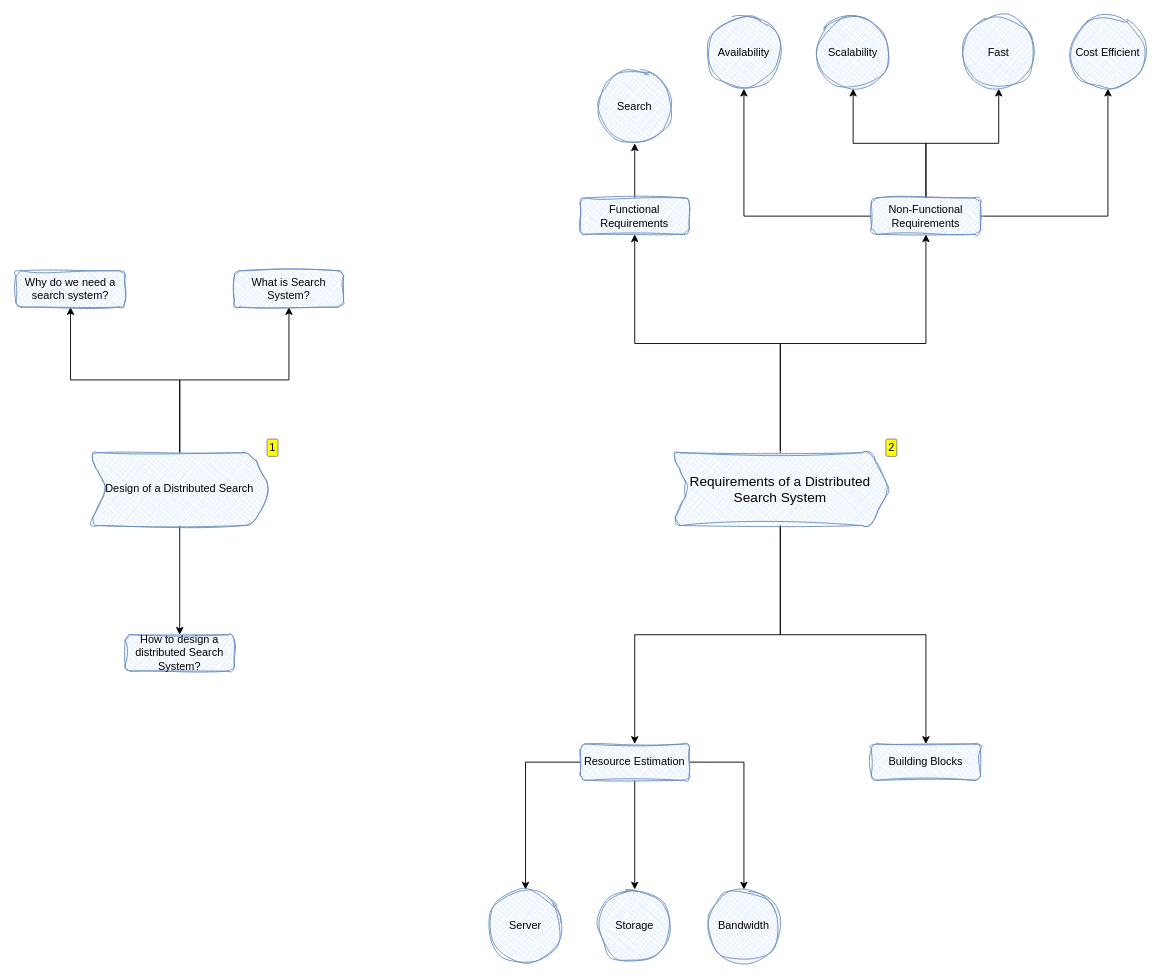
Above: System Design/System Design : Design of a Distributed Search.drawio in FilledVaccum/MindMaps (draw.io), before the change. Source tidied: cells renumbered, new cells numbered last; positions are measured from the earlier drawing's top-left corner, leaving out a move shared by most shapes. Both pictures are drawn from the tidied source at 91%, with x=0, y=0 at pixel (15, 15).
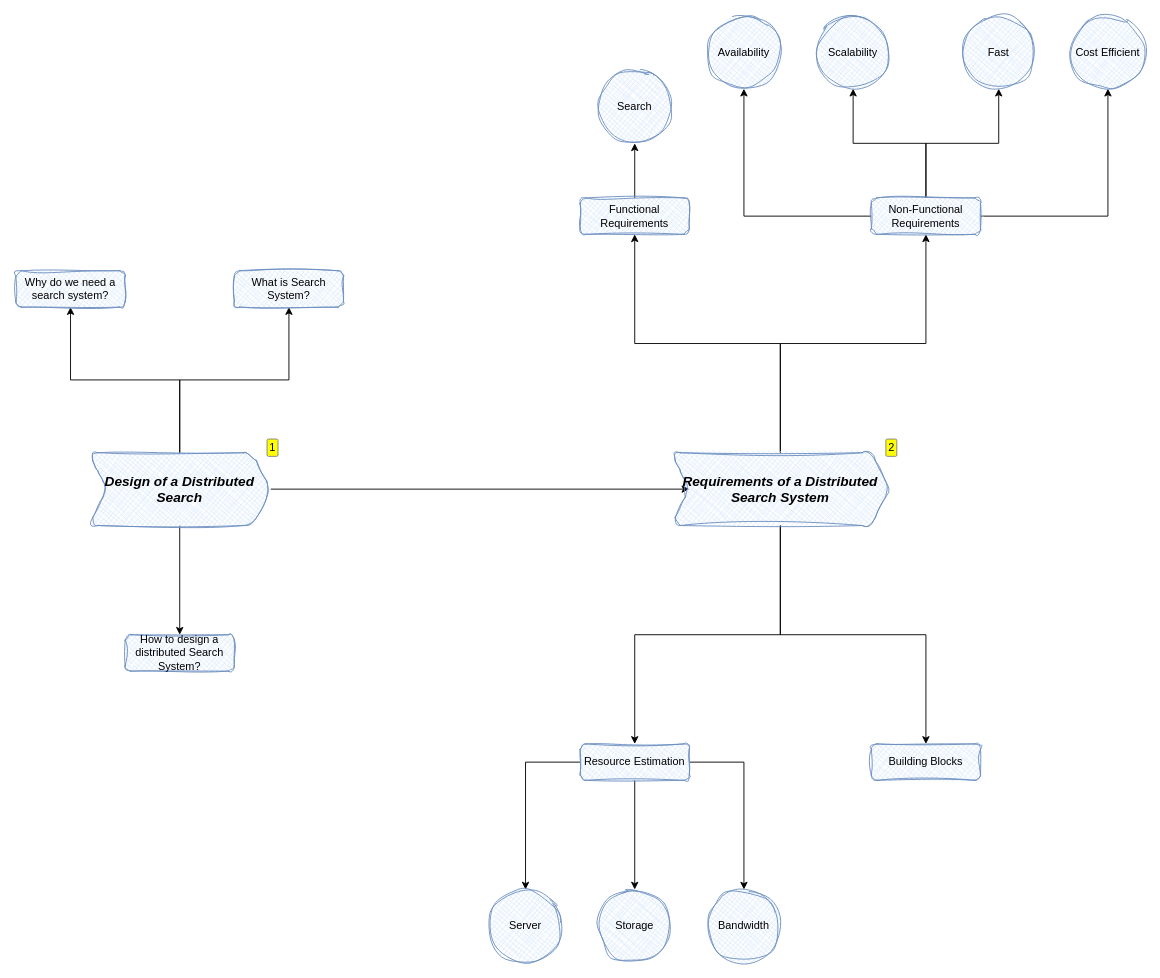
The same page after the edit.

Diff of the diagram source:
```diff
@@
+    <mxCell id="34" style="edgeStyle=orthogonalEdgeStyle;rounded=0;hachureGap=4;jettySize=auto;html=1;entryX=0;entryY=0.5;entryDx=0;entryDy=0;fontFamily=Architects Daughter;flowAnimation=1;" parent="1" edge="1" source="5" target="13">
+      <mxGeometry relative="1" as="geometry" />
+    </mxCell>
-    <mxCell id="5" value="Design of a Distributed Search" style="shape=step;perimeter=stepPerimeter;whiteSpace=wrap;html=1;fixedSize=1;sketch=1;curveFitting=1;jiggle=2;shadow=0;rounded=1;fillStyle=cross-hatch;fillColor=#dae8fc;strokeColor=#6c8ebf;enumerate=1;" parent="1" vertex="1">
+    <mxCell id="5" value="&lt;font style=&quot;font-size: 15px;&quot;&gt;&lt;b&gt;&lt;i&gt;Design of a Distributed Search&lt;/i&gt;&lt;/b&gt;&lt;/font&gt;" style="shape=step;perimeter=stepPerimeter;whiteSpace=wrap;html=1;fixedSize=1;sketch=1;curveFitting=1;jiggle=2;shadow=0;rounded=1;fillStyle=cross-hatch;fillColor=#dae8fc;strokeColor=#6c8ebf;enumerate=1;" parent="1" vertex="1">
       <mxGeometry x="80" y="480" width="200" height="80" as="geometry" />
     </mxCell>
@@
-    <mxCell id="13" value="&lt;font style=&quot;font-size: 15px;&quot;&gt;Requirements of a Distributed Search System&lt;br&gt;&lt;/font&gt;" style="shape=step;perimeter=stepPerimeter;whiteSpace=wrap;html=1;fixedSize=1;sketch=1;curveFitting=1;jiggle=2;shadow=0;rounded=1;fillStyle=cross-hatch;fillColor=#dae8fc;strokeColor=#6c8ebf;enumerate=1;" parent="1" vertex="1">
+    <mxCell id="13" value="&lt;b&gt;&lt;font style=&quot;font-size: 15px;&quot;&gt;&lt;i&gt;Requirements of a Distributed Search System&lt;br&gt;&lt;/i&gt;&lt;/font&gt;&lt;/b&gt;" style="shape=step;perimeter=stepPerimeter;whiteSpace=wrap;html=1;fixedSize=1;sketch=1;curveFitting=1;jiggle=2;shadow=0;rounded=1;fillStyle=cross-hatch;fillColor=#dae8fc;strokeColor=#6c8ebf;enumerate=1;" parent="1" vertex="1">
       <mxGeometry x="720" y="480" width="240" height="80" as="geometry" />
     </mxCell>
```
